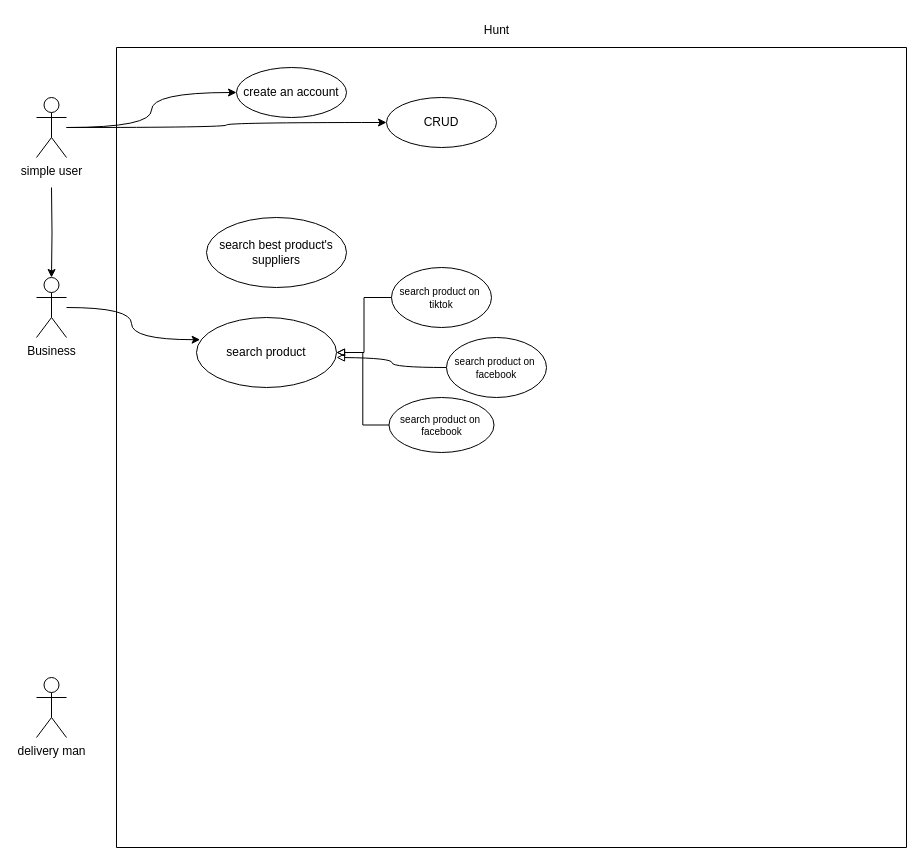
Before: Diagramme sans nom.drawio in Valeryio/System-Draws, a draw.io diagram. Source tidied: cells renumbered, new cells numbered last; positions are measured from the earlier drawing's top-left corner, leaving out a move shared by most shapes. Both pictures are drawn from the tidied source at 100%, with x=0, y=0 at pixel (36, 17).
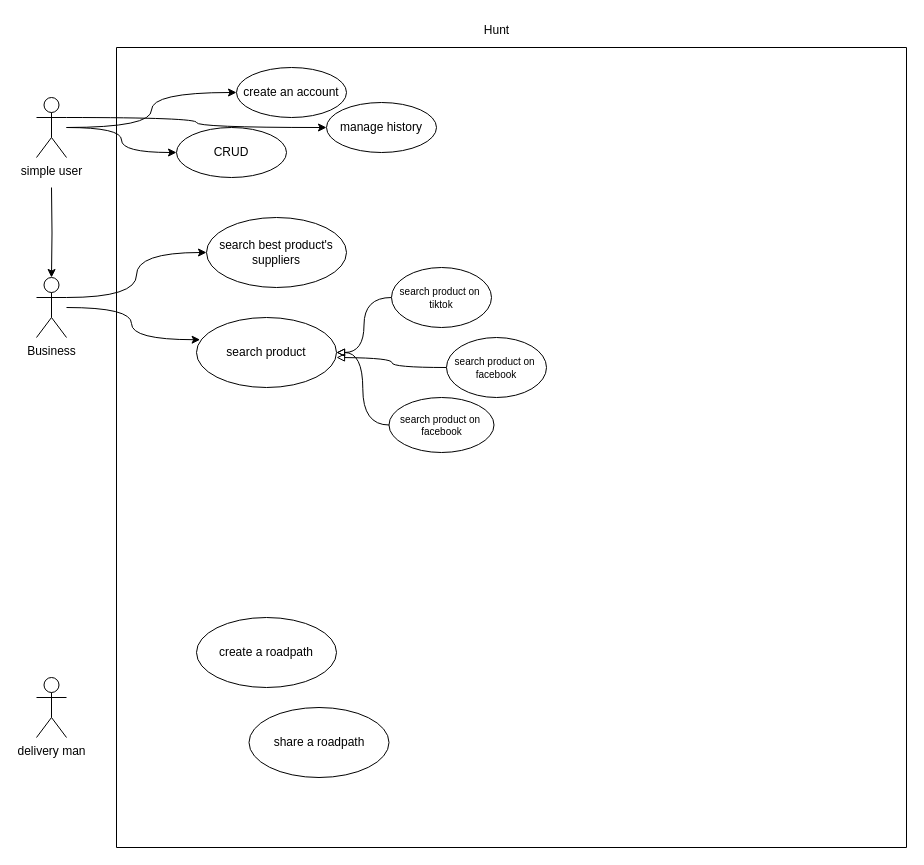
The same diagram, later.

The change refers to these unchanged cells:
```xml
<mxCell id="2" style="swimlane;startSize=0;" parent="1" vertex="1">
  <mxGeometry x="80" y="30" width="790" height="800" as="geometry" />
</mxCell>
<mxCell id="5" value="search best&amp;nbsp;product's suppliers" style="ellipse;whiteSpace=wrap;html=1;" parent="2" vertex="1">
  <mxGeometry x="90" y="170" width="140" height="70" as="geometry" />
</mxCell>
<mxCell id="6" value="search product" style="ellipse;whiteSpace=wrap;html=1;" parent="2" vertex="1">
  <mxGeometry x="80" y="270" width="140" height="70" as="geometry" />
</mxCell>
<mxCell id="8" value="&lt;font style=&quot;font-size: 10px;&quot;&gt;search product on&amp;nbsp;&lt;/font&gt;&lt;div style=&quot;font-size: 10px;&quot;&gt;&lt;font style=&quot;font-size: 10px;&quot;&gt;tiktok&lt;/font&gt;&lt;/div&gt;" style="ellipse;whiteSpace=wrap;html=1;" parent="2" vertex="1">
  <mxGeometry x="275" y="220" width="100" height="60" as="geometry" />
</mxCell>
<mxCell id="12" value="search product on&amp;nbsp;&lt;div style=&quot;font-size: 10px;&quot;&gt;facebook&lt;/div&gt;" style="ellipse;whiteSpace=wrap;html=1;fontSize=10;" parent="2" vertex="1">
  <mxGeometry x="272.5" y="350" width="105" height="55" as="geometry" />
</mxCell>
<mxCell id="17" value="simple user" style="shape=umlActor;verticalLabelPosition=bottom;verticalAlign=top;html=1;outlineConnect=0;" parent="1" vertex="1">
  <mxGeometry y="80" width="30" height="60" as="geometry" />
</mxCell>
<mxCell id="18" value="Business" style="shape=umlActor;verticalLabelPosition=bottom;verticalAlign=top;html=1;outlineConnect=0;" parent="1" vertex="1">
  <mxGeometry y="260" width="30" height="60" as="geometry" />
</mxCell>
```

What changed in the source:
```diff
@@
+    <mxCell id="21" style="edgeStyle=orthogonalEdgeStyle;rounded=0;jettySize=auto;html=1;exitX=1;exitY=0.3333333333333333;exitDx=0;exitDy=0;exitPerimeter=0;curved=1;" parent="1" edge="1" source="17" target="24">
+      <mxGeometry relative="1" as="geometry" />
+    </mxCell>
@@
-    <mxCell id="4" value="CRUD" style="ellipse;whiteSpace=wrap;html=1;" parent="2" vertex="1">
-      <mxGeometry x="270" y="50" width="110" height="50" as="geometry" />
-    </mxCell>
@@
-    <mxCell id="7" style="edgeStyle=orthogonalEdgeStyle;rounded=0;jettySize=auto;html=1;endArrow=block;endFill=0;" parent="2" edge="1" source="8" target="6">
+    <mxCell id="7" style="edgeStyle=orthogonalEdgeStyle;rounded=0;jettySize=auto;html=1;endArrow=block;endFill=0;curved=1;" parent="2" edge="1" source="8" target="6">
       <mxGeometry relative="1" as="geometry" />
     </mxCell>
@@
-    <mxCell id="11" style="edgeStyle=orthogonalEdgeStyle;rounded=0;jettySize=auto;html=1;entryX=1;entryY=0.5;entryDx=0;entryDy=0;endArrow=block;endFill=0;" parent="2" edge="1" source="12" target="6">
+    <mxCell id="11" style="edgeStyle=orthogonalEdgeStyle;rounded=0;jettySize=auto;html=1;entryX=1;entryY=0.5;entryDx=0;entryDy=0;endArrow=block;endFill=0;curved=1;" parent="2" edge="1" source="12" target="6">
       <mxGeometry relative="1" as="geometry" />
     </mxCell>
@@
+    <mxCell id="22" value="create a roadpath" style="ellipse;whiteSpace=wrap;html=1;" parent="2" vertex="1">
+      <mxGeometry x="80" y="570" width="140" height="70" as="geometry" />
+    </mxCell>
+    <mxCell id="23" value="share a roadpath" style="ellipse;whiteSpace=wrap;html=1;" parent="2" vertex="1">
+      <mxGeometry x="132.5" y="660" width="140" height="70" as="geometry" />
+    </mxCell>
+    <mxCell id="24" value="manage history" style="ellipse;whiteSpace=wrap;html=1;" parent="2" vertex="1">
+      <mxGeometry x="210" y="55" width="110" height="50" as="geometry" />
+    </mxCell>
+    <mxCell id="4" value="CRUD" style="ellipse;whiteSpace=wrap;html=1;" parent="2" vertex="1">
+      <mxGeometry x="60" y="80" width="110" height="50" as="geometry" />
+    </mxCell>
@@
+    <mxCell id="25" style="edgeStyle=orthogonalEdgeStyle;rounded=0;jettySize=auto;html=1;exitX=1;exitY=0.3333333333333333;exitDx=0;exitDy=0;exitPerimeter=0;curved=1;" parent="1" edge="1" source="18" target="5">
+      <mxGeometry relative="1" as="geometry" />
+    </mxCell>
```
